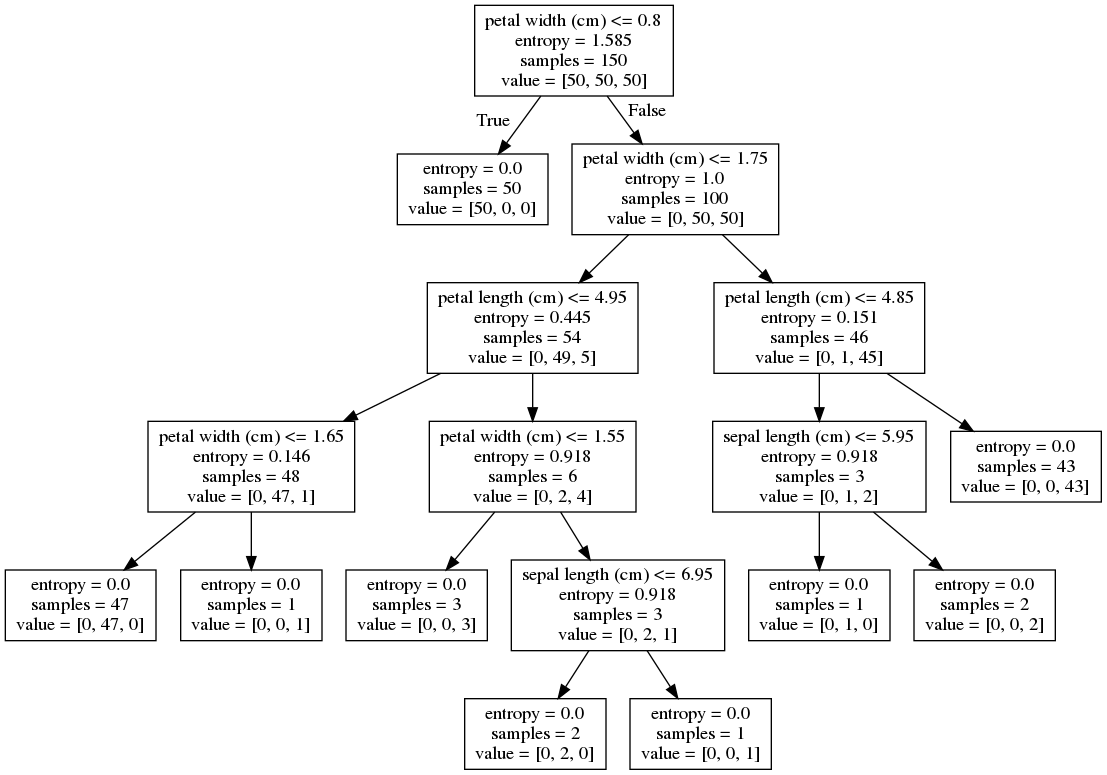
Above: dt_ft_model.png in dionsaputra/Scikit-Exploration (Graphviz), before the change. Its source is kept beside it as dt_ft_model.dot. Its diagram source:
```dot
digraph Tree {
node [shape=box] ;
0 [label="petal width (cm) <= 0.8\nentropy = 1.585\nsamples = 150\nvalue = [50, 50, 50]"] ;
1 [label="entropy = 0.0\nsamples = 50\nvalue = [50, 0, 0]"] ;
0 -> 1 [labeldistance=2.5, labelangle=45, headlabel="True"] ;
2 [label="petal width (cm) <= 1.75\nentropy = 1.0\nsamples = 100\nvalue = [0, 50, 50]"] ;
0 -> 2 [labeldistance=2.5, labelangle=-45, headlabel="False"] ;
3 [label="petal length (cm) <= 4.95\nentropy = 0.445\nsamples = 54\nvalue = [0, 49, 5]"] ;
2 -> 3 ;
4 [label="petal width (cm) <= 1.65\nentropy = 0.146\nsamples = 48\nvalue = [0, 47, 1]"] ;
3 -> 4 ;
5 [label="entropy = 0.0\nsamples = 47\nvalue = [0, 47, 0]"] ;
4 -> 5 ;
6 [label="entropy = 0.0\nsamples = 1\nvalue = [0, 0, 1]"] ;
4 -> 6 ;
7 [label="petal width (cm) <= 1.55\nentropy = 0.918\nsamples = 6\nvalue = [0, 2, 4]"] ;
3 -> 7 ;
8 [label="entropy = 0.0\nsamples = 3\nvalue = [0, 0, 3]"] ;
7 -> 8 ;
9 [label="sepal length (cm) <= 6.95\nentropy = 0.918\nsamples = 3\nvalue = [0, 2, 1]"] ;
7 -> 9 ;
10 [label="entropy = 0.0\nsamples = 2\nvalue = [0, 2, 0]"] ;
9 -> 10 ;
11 [label="entropy = 0.0\nsamples = 1\nvalue = [0, 0, 1]"] ;
9 -> 11 ;
12 [label="petal length (cm) <= 4.85\nentropy = 0.151\nsamples = 46\nvalue = [0, 1, 45]"] ;
2 -> 12 ;
13 [label="sepal length (cm) <= 5.95\nentropy = 0.918\nsamples = 3\nvalue = [0, 1, 2]"] ;
12 -> 13 ;
14 [label="entropy = 0.0\nsamples = 1\nvalue = [0, 1, 0]"] ;
13 -> 14 ;
15 [label="entropy = 0.0\nsamples = 2\nvalue = [0, 0, 2]"] ;
13 -> 15 ;
16 [label="entropy = 0.0\nsamples = 43\nvalue = [0, 0, 43]"] ;
12 -> 16 ;
}
```
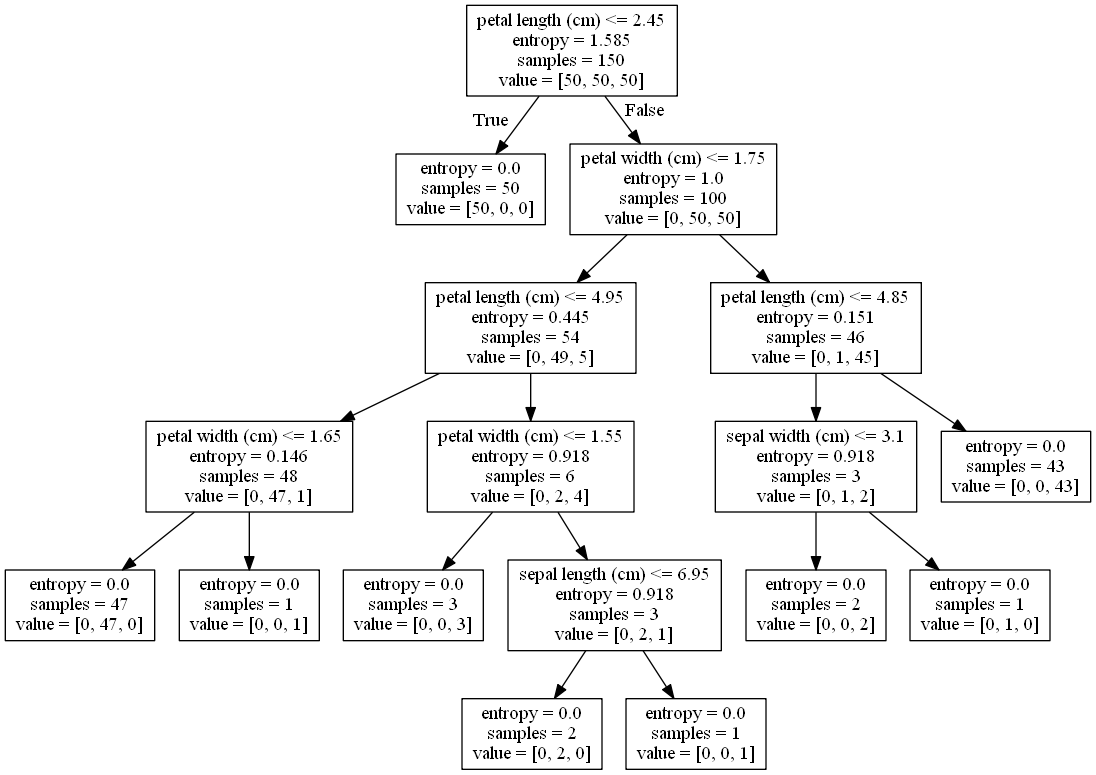
The same diagram one commit later.

What changed in the source:
```diff
@@ -1,6 +1,6 @@
 digraph Tree {
 node [shape=box] ;
-0 [label="petal width (cm) <= 0.8\nentropy = 1.585\nsamples = 150\nvalue = [50, 50, 50]"] ;
+0 [label="petal length (cm) <= 2.45\nentropy = 1.585\nsamples = 150\nvalue = [50, 50, 50]"] ;
 1 [label="entropy = 0.0\nsamples = 50\nvalue = [50, 0, 0]"] ;
 0 -> 1 [labeldistance=2.5, labelangle=45, headlabel="True"] ;
 2 [label="petal width (cm) <= 1.75\nentropy = 1.0\nsamples = 100\nvalue = [0, 50, 50]"] ;
@@ -25,11 +25,11 @@
 9 -> 11 ;
 12 [label="petal length (cm) <= 4.85\nentropy = 0.151\nsamples = 46\nvalue = [0, 1, 45]"] ;
 2 -> 12 ;
-13 [label="sepal length (cm) <= 5.95\nentropy = 0.918\nsamples = 3\nvalue = [0, 1, 2]"] ;
+13 [label="sepal width (cm) <= 3.1\nentropy = 0.918\nsamples = 3\nvalue = [0, 1, 2]"] ;
 12 -> 13 ;
-14 [label="entropy = 0.0\nsamples = 1\nvalue = [0, 1, 0]"] ;
+14 [label="entropy = 0.0\nsamples = 2\nvalue = [0, 0, 2]"] ;
 13 -> 14 ;
-15 [label="entropy = 0.0\nsamples = 2\nvalue = [0, 0, 2]"] ;
+15 [label="entropy = 0.0\nsamples = 1\nvalue = [0, 1, 0]"] ;
 13 -> 15 ;
 16 [label="entropy = 0.0\nsamples = 43\nvalue = [0, 0, 43]"] ;
 12 -> 16 ;
```
